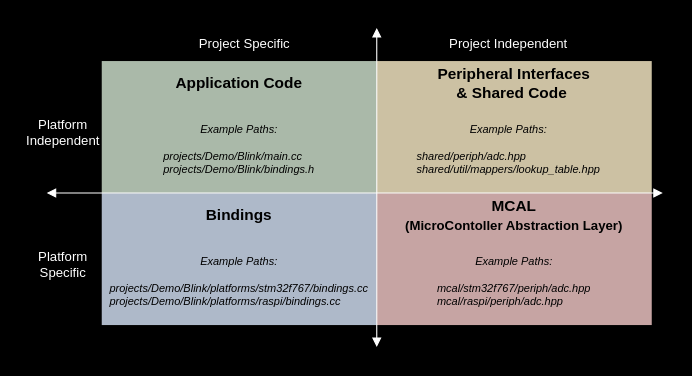
This is page "Dark" (2 of 2) of docs/docs/firmware/architecture/arch_diagram.drawio from macformula/racecar, a draw.io file, before an edit. Source tidied: cells renumbered, new cells numbered last; positions are measured from the earlier drawing's top-left corner, leaving out a move shared by most shapes. Both pictures are drawn from the tidied source at 110%, with x=0, y=0 at pixel (19, 28).
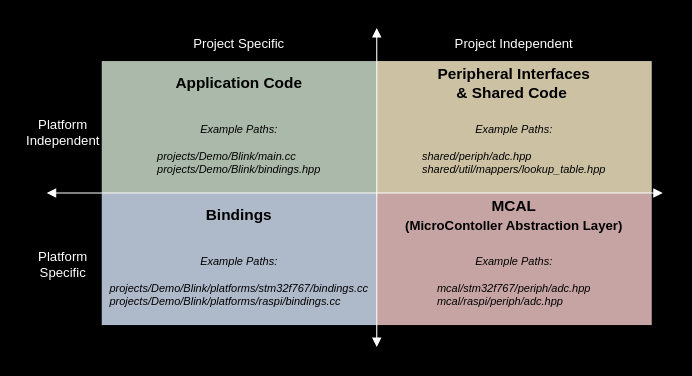
The same page after the edit.

Diff of the diagram source:
```diff
@@
     <mxCell id="2" value="Project&amp;nbsp;&lt;span style=&quot;background-color: initial;&quot;&gt;Specific&lt;/span&gt;" style="text;html=1;align=center;verticalAlign=middle;whiteSpace=wrap;rounded=0;fontColor=#FFFFFF;" parent="1" vertex="1">
-      <mxGeometry x="145" width="120" height="30" as="geometry" />
+      <mxGeometry x="75" width="250" height="30" as="geometry" />
     </mxCell>
     <mxCell id="3" value="Project Independent" style="text;html=1;align=center;verticalAlign=middle;whiteSpace=wrap;rounded=0;fontColor=#FFFFFF;" parent="1" vertex="1">
-      <mxGeometry x="365" width="160" height="30" as="geometry" />
+      <mxGeometry x="325" width="250" height="30" as="geometry" />
     </mxCell>
@@
-    <mxCell id="14" value="&lt;span style=&quot;font-weight: normal; font-size: 10px;&quot;&gt;Example Paths:&lt;br&gt;&lt;br&gt;&lt;div style=&quot;text-align: left;&quot;&gt;&lt;span style=&quot;background-color: initial;&quot;&gt;projects/Demo/Blink/main.cc&lt;/span&gt;&lt;/div&gt;projects/Demo/Blink/bindings.h&lt;/span&gt;" style="text;html=1;align=center;verticalAlign=top;whiteSpace=wrap;rounded=0;fontStyle=3;fontFamily=Helvetica;labelBackgroundColor=none;textShadow=0;labelBorderColor=none;fontSize=10;" parent="1" vertex="1">
+    <mxCell id="14" value="&lt;span style=&quot;font-weight: normal; font-size: 10px;&quot;&gt;Example Paths:&lt;br&gt;&lt;br&gt;&lt;div style=&quot;text-align: left;&quot;&gt;&lt;span style=&quot;background-color: initial;&quot;&gt;projects/Demo/Blink/main.cc&lt;/span&gt;&lt;/div&gt;projects/Demo/Blink/bindings.hpp&lt;/span&gt;" style="text;html=1;align=center;verticalAlign=top;whiteSpace=wrap;rounded=0;fontStyle=3;fontFamily=Helvetica;labelBackgroundColor=none;textShadow=0;labelBorderColor=none;fontSize=10;" parent="1" vertex="1">
       <mxGeometry x="105" y="80" width="190" height="75" as="geometry" />
     </mxCell>
@@
     <mxCell id="17" value="&lt;span style=&quot;font-weight: 400; font-size: 10px;&quot;&gt;Example Paths:&lt;br&gt;&lt;br&gt;&lt;div style=&quot;text-align: left;&quot;&gt;&lt;span style=&quot;background-color: initial;&quot;&gt;shared/periph/adc.hpp&lt;/span&gt;&lt;/div&gt;&lt;/span&gt;&lt;span style=&quot;font-weight: normal; font-size: 10px;&quot;&gt;shared/util/mappers/lookup_table.hpp&lt;br style=&quot;font-size: 10px;&quot;&gt;&lt;/span&gt;" style="text;html=1;align=center;verticalAlign=top;whiteSpace=wrap;rounded=0;fontStyle=3;fontFamily=Helvetica;fontSize=10;" parent="1" vertex="1">
-      <mxGeometry x="345" y="80" width="200" height="70" as="geometry" />
+      <mxGeometry x="345" y="80" width="210" height="70" as="geometry" />
     </mxCell>
```
